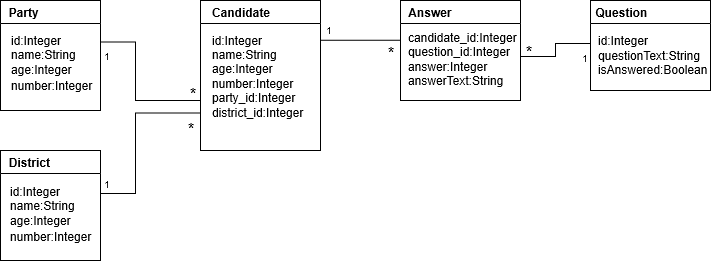
The draw.io diagram Vaalikone/dokumentaatio/kuvat/tietokantakaavio.png in mlkulmala/ot-harjoitustyo, before a commit. Source tidied: cells renumbered, new cells last; positions are measured from the earlier drawing's top-left corner, leaving out a move shared by most shapes.
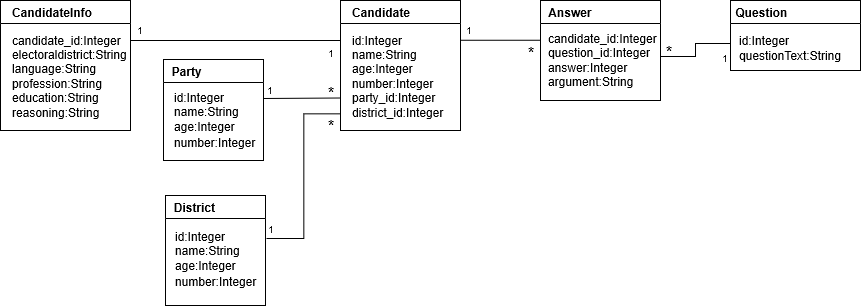
After the commit.

Diff of the diagram source:
```diff
@@ -4,89 +4,98 @@
     <mxCell id="1" parent="0" />
     <mxCell id="2" style="endArrow=none;html=1;entryX=0;entryY=0.25;entryDx=0;entryDy=0;exitX=1;exitY=0.181;exitDx=0;exitDy=0;exitPerimeter=0;" parent="1" edge="1">
       <mxGeometry relative="1" as="geometry">
-        <mxPoint x="320" y="39.8" as="sourcePoint" />
-        <mxPoint x="400" y="39.8" as="targetPoint" />
+        <mxPoint x="470" y="39.8" as="sourcePoint" />
+        <mxPoint x="550" y="39.8" as="targetPoint" />
       </mxGeometry>
     </mxCell>
     <mxCell id="3" value="   Candidate" style="swimlane;startSize=23;align=left;" parent="1" vertex="1">
-      <mxGeometry x="200" width="120" height="150" as="geometry" />
+      <mxGeometry x="350" width="120" height="130" as="geometry" />
     </mxCell>
     <mxCell id="4" value="id:Integer&lt;br&gt;name:String&lt;br&gt;age:&lt;span style=&quot;font: 12px / 1.2 &amp;#34;helvetica&amp;#34; ; text-transform: none ; text-indent: 0px ; letter-spacing: normal ; text-decoration: none ; word-spacing: 0px ; display: inline ; font-stretch: normal ; float: none ; overflow-wrap: normal&quot;&gt;Integer&lt;br&gt;&lt;span style=&quot;font: 12px / 1.2 &amp;#34;helvetica&amp;#34; ; text-transform: none ; text-indent: 0px ; letter-spacing: normal ; text-decoration: none ; word-spacing: 0px ; display: inline ; font-stretch: normal ; float: none ; overflow-wrap: normal&quot;&gt;number:&lt;/span&gt;&lt;span style=&quot;text-transform: none ; line-height: 1.2 ; text-indent: 0px ; letter-spacing: normal ; font-size: 12px ; font-style: normal ; font-variant: normal ; font-weight: normal ; text-decoration: none ; word-spacing: 0px ; display: inline ; font-stretch: normal ; float: none ; overflow-wrap: normal&quot;&gt;Integer&lt;br&gt;party_id:Integer&lt;br&gt;district_id:Integer&lt;/span&gt;&lt;/span&gt;" style="text;html=1;strokeColor=none;fillColor=none;align=left;verticalAlign=middle;whiteSpace=wrap;rounded=0;labelPosition=center;verticalLabelPosition=middle;" parent="3" vertex="1">
       <mxGeometry x="10" y="32" width="90" height="88" as="geometry" />
     </mxCell>
     <mxCell id="5" value="  Answer" style="swimlane;align=left;" parent="1" vertex="1">
-      <mxGeometry x="400" width="120" height="100" as="geometry" />
+      <mxGeometry x="550" width="120" height="100" as="geometry" />
     </mxCell>
-    <mxCell id="6" value="candidate_id:Integer&lt;br&gt;question_id:&lt;span style='font: 12px/1.2 &quot;helvetica&quot;; text-transform: none; text-indent: 0px; letter-spacing: normal; text-decoration: none; word-spacing: 0px; display: inline; font-size-adjust: none; font-stretch: normal; float: none; overflow-wrap: normal;'&gt;Integer&lt;/span&gt;&lt;br&gt;answer:&lt;span style='font: 12px/1.2 &quot;helvetica&quot;; text-transform: none; text-indent: 0px; letter-spacing: normal; text-decoration: none; word-spacing: 0px; display: inline; font-size-adjust: none; font-stretch: normal; float: none; overflow-wrap: normal;'&gt;Integer&lt;/span&gt;&lt;br&gt;answerText:String" style="text;html=1;strokeColor=none;fillColor=none;align=left;verticalAlign=middle;whiteSpace=wrap;rounded=0;labelPosition=center;verticalLabelPosition=middle;" parent="5" vertex="1">
+    <mxCell id="6" value="candidate_id:Integer&lt;br&gt;question_id:&lt;span style=&quot;font: 12px / 1.2 &amp;#34;helvetica&amp;#34; ; text-transform: none ; text-indent: 0px ; letter-spacing: normal ; text-decoration: none ; word-spacing: 0px ; display: inline ; font-stretch: normal ; float: none ; overflow-wrap: normal&quot;&gt;Integer&lt;/span&gt;&lt;br&gt;answer:&lt;span style=&quot;font: 12px / 1.2 &amp;#34;helvetica&amp;#34; ; text-transform: none ; text-indent: 0px ; letter-spacing: normal ; text-decoration: none ; word-spacing: 0px ; display: inline ; font-stretch: normal ; float: none ; overflow-wrap: normal&quot;&gt;Integer&lt;/span&gt;&lt;br&gt;argument:String" style="text;html=1;strokeColor=none;fillColor=none;align=left;verticalAlign=middle;whiteSpace=wrap;rounded=0;labelPosition=center;verticalLabelPosition=middle;" parent="5" vertex="1">
       <mxGeometry x="6" y="22" width="110" height="75" as="geometry" />
     </mxCell>
     <mxCell id="7" value=" Question" style="swimlane;startSize=23;align=left;" parent="1" vertex="1">
-      <mxGeometry x="590" width="120" height="90" as="geometry" />
+      <mxGeometry x="740" width="130" height="70" as="geometry" />
     </mxCell>
-    <mxCell id="8" value="id:&lt;span style='font: 12px/1.2 &quot;helvetica&quot;; text-transform: none; text-indent: 0px; letter-spacing: normal; text-decoration: none; word-spacing: 0px; display: inline; font-size-adjust: none; font-stretch: normal; float: none; overflow-wrap: normal;'&gt;Integer&lt;/span&gt;&lt;br&gt;questionText:String&lt;br&gt;isAnswered:Boolean" style="text;html=1;strokeColor=none;fillColor=none;align=left;verticalAlign=middle;whiteSpace=wrap;rounded=0;labelPosition=center;verticalLabelPosition=middle;" parent="7" vertex="1">
-      <mxGeometry x="6" y="27" width="110" height="55" as="geometry" />
+    <mxCell id="8" value="id:&lt;span style=&quot;font: 12px / 1.2 &amp;#34;helvetica&amp;#34; ; text-transform: none ; text-indent: 0px ; letter-spacing: normal ; text-decoration: none ; word-spacing: 0px ; display: inline ; font-stretch: normal ; float: none ; overflow-wrap: normal&quot;&gt;Integer&lt;/span&gt;&lt;br&gt;questionText:String" style="text;html=1;strokeColor=none;fillColor=none;align=left;verticalAlign=middle;whiteSpace=wrap;rounded=0;labelPosition=center;verticalLabelPosition=middle;" parent="7" vertex="1">
+      <mxGeometry x="7" y="27" width="110" height="43" as="geometry" />
     </mxCell>
     <mxCell id="9" value="&lt;font style=&quot;font-size: 10px&quot;&gt;1&lt;/font&gt;" style="text;html=1;strokeColor=none;fillColor=none;align=center;verticalAlign=middle;whiteSpace=wrap;rounded=0;" parent="7" vertex="1">
       <mxGeometry x="-10" y="46.5" width="10" height="20" as="geometry" />
     </mxCell>
     <mxCell id="10" style="edgeStyle=elbowEdgeStyle;startArrow=none;endArrow=none;rounded=0;" parent="1" edge="1">
       <mxGeometry relative="1" as="geometry">
-        <mxPoint x="590" y="43" as="sourcePoint" />
-        <mxPoint x="520" y="56" as="targetPoint" />
+        <mxPoint x="740" y="43" as="sourcePoint" />
+        <mxPoint x="670" y="56" as="targetPoint" />
         <Array as="points">
-          <mxPoint x="555" y="46" />
+          <mxPoint x="705" y="46" />
         </Array>
       </mxGeometry>
     </mxCell>
     <mxCell id="11" value="  Party" style="swimlane;startSize=23;align=left;" parent="1" vertex="1">
-      <mxGeometry width="100" height="110" as="geometry" />
+      <mxGeometry x="173" y="59" width="100" height="101" as="geometry" />
     </mxCell>
     <mxCell id="12" value="id:Integer&lt;br&gt;name:String&lt;br&gt;age:&lt;span style='font: 12px/1.2 &quot;helvetica&quot;; text-transform: none; text-indent: 0px; letter-spacing: normal; text-decoration: none; word-spacing: 0px; display: inline; font-size-adjust: none; font-stretch: normal; float: none; overflow-wrap: normal;'&gt;Integer&lt;br&gt;&lt;span style='font: 12px/1.2 &quot;helvetica&quot;; text-transform: none; text-indent: 0px; letter-spacing: normal; text-decoration: none; word-spacing: 0px; display: inline; font-size-adjust: none; font-stretch: normal; float: none; overflow-wrap: normal;'&gt;number:&lt;/span&gt;&lt;span style=&quot;text-transform: none; line-height: 1.2; text-indent: 0px; letter-spacing: normal; font-size: 12px; font-style: normal; font-variant: normal; font-weight: normal; text-decoration: none; word-spacing: 0px; display: inline; font-stretch: normal; float: none; overflow-wrap: normal;&quot;&gt;Integer&lt;/span&gt;&lt;/span&gt;&lt;b&gt;&lt;/b&gt;&lt;i&gt;&lt;/i&gt;&lt;u&gt;&lt;/u&gt;&lt;sub&gt;&lt;/sub&gt;&lt;sup&gt;&lt;/sup&gt;&lt;strike&gt;&lt;/strike&gt;" style="text;html=1;strokeColor=none;fillColor=none;align=left;verticalAlign=middle;whiteSpace=wrap;rounded=0;labelPosition=center;verticalLabelPosition=middle;" parent="11" vertex="1">
-      <mxGeometry x="9" y="32" width="90" height="65" as="geometry" />
+      <mxGeometry x="9" y="29" width="90" height="65" as="geometry" />
     </mxCell>
     <mxCell id="13" value="  District" style="swimlane;startSize=23;align=left;" parent="1" vertex="1">
-      <mxGeometry y="150" width="100" height="110" as="geometry" />
+      <mxGeometry x="175" y="195" width="100" height="110" as="geometry" />
     </mxCell>
     <mxCell id="14" value="id:Integer&lt;br&gt;name:String&lt;br&gt;age:&lt;span style='font: 12px/1.2 &quot;helvetica&quot;; text-transform: none; text-indent: 0px; letter-spacing: normal; text-decoration: none; word-spacing: 0px; display: inline; font-size-adjust: none; font-stretch: normal; float: none; overflow-wrap: normal;'&gt;Integer&lt;br&gt;&lt;span style='font: 12px/1.2 &quot;helvetica&quot;; text-transform: none; text-indent: 0px; letter-spacing: normal; text-decoration: none; word-spacing: 0px; display: inline; font-size-adjust: none; font-stretch: normal; float: none; overflow-wrap: normal;'&gt;number:&lt;/span&gt;&lt;span style=&quot;text-transform: none; line-height: 1.2; text-indent: 0px; letter-spacing: normal; font-size: 12px; font-style: normal; font-variant: normal; font-weight: normal; text-decoration: none; word-spacing: 0px; display: inline; font-stretch: normal; float: none; overflow-wrap: normal;&quot;&gt;Integer&lt;/span&gt;&lt;/span&gt;&lt;b&gt;&lt;/b&gt;&lt;i&gt;&lt;/i&gt;&lt;u&gt;&lt;/u&gt;&lt;sub&gt;&lt;/sub&gt;&lt;sup&gt;&lt;/sup&gt;&lt;strike&gt;&lt;/strike&gt;" style="text;html=1;strokeColor=none;fillColor=none;align=left;verticalAlign=middle;whiteSpace=wrap;rounded=0;labelPosition=center;verticalLabelPosition=middle;" parent="13" vertex="1">
       <mxGeometry x="8" y="32" width="90" height="65" as="geometry" />
     </mxCell>
-    <mxCell id="15" style="edgeStyle=elbowEdgeStyle;startArrow=none;endArrow=none;rounded=0;exitX=0;exitY=0.75;exitDx=0;exitDy=0;" parent="1" edge="1" source="3">
-      <mxGeometry relative="1" as="geometry">
-        <mxPoint x="100" y="193" as="targetPoint" />
-        <Array as="points">
-          <mxPoint x="135" y="183" />
-        </Array>
-      </mxGeometry>
+    <mxCell id="15" style="edgeStyle=elbowEdgeStyle;startArrow=none;endArrow=none;rounded=0;entryX=0;entryY=1;entryDx=0;entryDy=0;exitX=0.73;exitY=-0.133;exitDx=0;exitDy=0;exitPerimeter=0;" parent="1" edge="1" source="17" target="20">
+      <mxGeometry relative="1" as="geometry" />
     </mxCell>
-    <mxCell id="16" style="edgeStyle=elbowEdgeStyle;startArrow=none;endArrow=none;rounded=0;" parent="1" edge="1">
-      <mxGeometry relative="1" as="geometry">
-        <mxPoint x="200" y="100" as="sourcePoint" />
-        <mxPoint x="100" y="41.5" as="targetPoint" />
-        <Array as="points">
-          <mxPoint x="135" y="31.5" />
-        </Array>
-      </mxGeometry>
-    </mxCell>
     <mxCell id="17" value="&lt;font style=&quot;font-size: 16px&quot;&gt;*&lt;/font&gt;" style="text;html=1;strokeColor=none;fillColor=none;align=center;verticalAlign=middle;whiteSpace=wrap;rounded=0;" parent="1" vertex="1">
-      <mxGeometry x="171" y="119" width="40" height="20" as="geometry" />
+      <mxGeometry x="321" y="116" width="40" height="20" as="geometry" />
     </mxCell>
     <mxCell id="18" value="&lt;font style=&quot;font-size: 16px&quot;&gt;*&lt;/font&gt;" style="text;html=1;strokeColor=none;fillColor=none;align=center;verticalAlign=middle;whiteSpace=wrap;rounded=0;" parent="1" vertex="1">
-      <mxGeometry x="178" y="84" width="30" height="20" as="geometry" />
+      <mxGeometry x="335" y="83" width="12" height="20" as="geometry" />
     </mxCell>
     <mxCell id="19" value="&lt;font style=&quot;font-size: 10px&quot;&gt;1&lt;/font&gt;" style="text;html=1;strokeColor=none;fillColor=none;align=center;verticalAlign=middle;whiteSpace=wrap;rounded=0;" parent="1" vertex="1">
-      <mxGeometry x="102" y="45" width="10" height="20" as="geometry" />
+      <mxGeometry x="275" y="79" width="10" height="20" as="geometry" />
     </mxCell>
     <mxCell id="20" value="&lt;font style=&quot;font-size: 10px&quot;&gt;1&lt;/font&gt;" style="text;html=1;strokeColor=none;fillColor=none;align=center;verticalAlign=middle;whiteSpace=wrap;rounded=0;" parent="1" vertex="1">
-      <mxGeometry x="102" y="173" width="10" height="20" as="geometry" />
+      <mxGeometry x="276" y="218" width="10" height="20" as="geometry" />
     </mxCell>
     <mxCell id="21" value="&lt;font style=&quot;font-size: 16px&quot;&gt;*&lt;/font&gt;" style="text;html=1;strokeColor=none;fillColor=none;align=center;verticalAlign=middle;whiteSpace=wrap;rounded=0;" parent="1" vertex="1">
-      <mxGeometry x="371" y="43" width="40" height="20" as="geometry" />
+      <mxGeometry x="521" y="43" width="40" height="20" as="geometry" />
     </mxCell>
     <mxCell id="22" value="&lt;font style=&quot;font-size: 10px&quot;&gt;1&lt;/font&gt;" style="text;html=1;strokeColor=none;fillColor=none;align=center;verticalAlign=middle;whiteSpace=wrap;rounded=0;" parent="1" vertex="1">
-      <mxGeometry x="324" y="19" width="10" height="20" as="geometry" />
+      <mxGeometry x="474" y="19" width="10" height="20" as="geometry" />
     </mxCell>
     <mxCell id="23" value="&lt;font style=&quot;font-size: 16px&quot;&gt;*&lt;/font&gt;" style="text;html=1;strokeColor=none;fillColor=none;align=center;verticalAlign=middle;whiteSpace=wrap;rounded=0;" parent="1" vertex="1">
-      <mxGeometry x="509" y="42" width="40" height="20" as="geometry" />
+      <mxGeometry x="659" y="42" width="40" height="20" as="geometry" />
     </mxCell>
+    <mxCell id="24" value="   CandidateInfo" style="swimlane;startSize=23;align=left;" parent="1" vertex="1">
+      <mxGeometry x="10" width="130" height="130" as="geometry" />
+    </mxCell>
+    <mxCell id="25" value="candidate_id:Integer&lt;br&gt;electoraldistrict:String&lt;br&gt;language:&lt;span style=&quot;font: 12px / 1.2 &amp;#34;helvetica&amp;#34; ; text-transform: none ; text-indent: 0px ; letter-spacing: normal ; text-decoration: none ; word-spacing: 0px ; display: inline ; font-stretch: normal ; float: none ; overflow-wrap: normal&quot;&gt;String&lt;br&gt;&lt;span style=&quot;font: 12px / 1.2 &amp;#34;helvetica&amp;#34; ; text-transform: none ; text-indent: 0px ; letter-spacing: normal ; text-decoration: none ; word-spacing: 0px ; display: inline ; font-stretch: normal ; float: none ; overflow-wrap: normal&quot;&gt;profession:&lt;/span&gt;&lt;span style=&quot;text-transform: none ; line-height: 1.2 ; text-indent: 0px ; letter-spacing: normal ; font-size: 12px ; font-style: normal ; font-variant: normal ; font-weight: normal ; text-decoration: none ; word-spacing: 0px ; display: inline ; font-stretch: normal ; float: none ; overflow-wrap: normal&quot;&gt;String&lt;br&gt;education:String&lt;br&gt;reasoning:String&lt;/span&gt;&lt;/span&gt;" style="text;html=1;strokeColor=none;fillColor=none;align=left;verticalAlign=middle;whiteSpace=wrap;rounded=0;labelPosition=center;verticalLabelPosition=middle;" parent="24" vertex="1">
+      <mxGeometry x="10" y="32" width="90" height="88" as="geometry" />
+    </mxCell>
+    <mxCell id="26" value="&lt;font style=&quot;font-size: 10px&quot;&gt;1&lt;/font&gt;" style="text;html=1;strokeColor=none;fillColor=none;align=center;verticalAlign=middle;whiteSpace=wrap;rounded=0;" parent="1" vertex="1">
+      <mxGeometry x="145" y="19" width="10" height="20" as="geometry" />
+    </mxCell>
+    <mxCell id="27" style="endArrow=none;html=1;" parent="1" edge="1">
+      <mxGeometry relative="1" as="geometry">
+        <mxPoint x="140" y="40" as="sourcePoint" />
+        <mxPoint x="350" y="40" as="targetPoint" />
+      </mxGeometry>
+    </mxCell>
+    <mxCell id="28" value="&lt;font style=&quot;font-size: 10px&quot;&gt;1&lt;/font&gt;" style="text;html=1;strokeColor=none;fillColor=none;align=center;verticalAlign=middle;whiteSpace=wrap;rounded=0;" parent="1" vertex="1">
+      <mxGeometry x="336" y="42" width="10" height="20" as="geometry" />
+    </mxCell>
+    <mxCell id="29" style="endArrow=none;html=1;entryX=0;entryY=0.75;entryDx=0;entryDy=0;" parent="1" edge="1" target="3">
+      <mxGeometry relative="1" as="geometry">
+        <mxPoint x="273" y="98" as="sourcePoint" />
+      </mxGeometry>
+    </mxCell>
   </root>
 </mxGraphModel>
```
